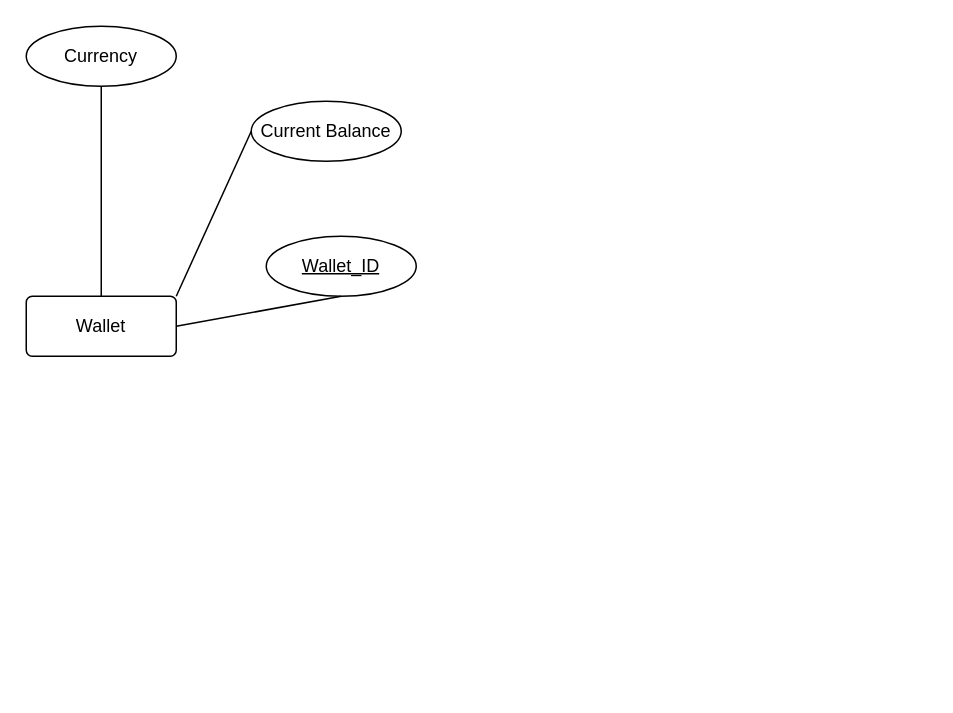
Earlier version of the draw.io diagram Untitled Diagram.drawio (itsfadymate/Customer-Data-Management-System). Source tidied: cells renumbered, new cells numbered last; positions are measured from the earlier drawing's top-left corner, leaving out a move shared by most shapes. Both pictures are drawn from the tidied source at 150%, with x=0, y=0 at pixel (26, 26).
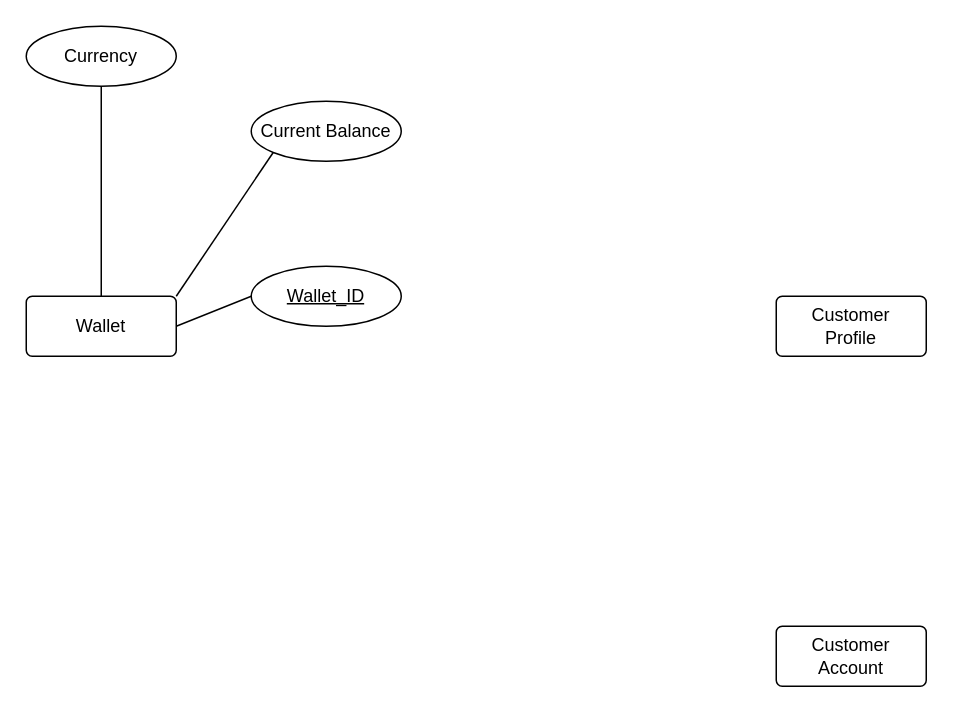
After the change.

Commit message:
Added entity for customer profile & account

The edit, as a diff of the source:
```diff
@@
 <mxGraphModel>
   <root>
     <mxCell id="0" />
     <mxCell id="1" parent="0" />
     <mxCell id="2" style="edgeStyle=orthogonalEdgeStyle;rounded=0;jettySize=auto;html=1;strokeColor=none;endArrow=none;" parent="1" edge="1" source="3" target="6">
       <mxGeometry relative="1" as="geometry" />
     </mxCell>
     <mxCell id="3" value="Wallet" style="rounded=1;arcSize=10;whiteSpace=wrap;html=1;align=center;" parent="1" vertex="1">
       <mxGeometry y="180" width="100" height="40" as="geometry" />
     </mxCell>
     <mxCell id="4" value="Currency" style="ellipse;whiteSpace=wrap;html=1;align=center;" parent="1" vertex="1">
       <mxGeometry width="100" height="40" as="geometry" />
     </mxCell>
     <mxCell id="5" value="Current Balance" style="ellipse;whiteSpace=wrap;html=1;align=center;" parent="1" vertex="1">
       <mxGeometry x="150" y="50" width="100" height="40" as="geometry" />
     </mxCell>
     <mxCell id="6" value="Wallet_ID" style="ellipse;whiteSpace=wrap;html=1;align=center;fontStyle=4;" parent="1" vertex="1">
-      <mxGeometry x="160" y="140" width="100" height="40" as="geometry" />
+      <mxGeometry x="150" y="160" width="100" height="40" as="geometry" />
     </mxCell>
     <mxCell id="7" style="endArrow=none;html=1;rounded=0;exitX=0.5;exitY=0;exitDx=0;exitDy=0;entryX=0.5;entryY=1;entryDx=0;entryDy=0;" parent="1" edge="1" source="3" target="4">
       <mxGeometry relative="1" as="geometry" />
     </mxCell>
-    <mxCell id="8" style="endArrow=none;html=1;rounded=0;exitX=1;exitY=0;exitDx=0;exitDy=0;entryX=0;entryY=0.5;entryDx=0;entryDy=0;" parent="1" edge="1" source="3" target="5">
+    <mxCell id="8" style="endArrow=none;html=1;rounded=0;exitX=1;exitY=0;exitDx=0;exitDy=0;entryX=0;entryY=1;entryDx=0;entryDy=0;" parent="1" edge="1" source="3" target="5">
       <mxGeometry relative="1" as="geometry" />
     </mxCell>
-    <mxCell id="9" style="endArrow=none;html=1;rounded=0;entryX=0.5;entryY=1;entryDx=0;entryDy=0;exitX=1;exitY=0.5;exitDx=0;exitDy=0;exitPerimeter=0;" parent="1" edge="1" source="3" target="6">
+    <mxCell id="9" style="endArrow=none;html=1;rounded=0;entryX=0;entryY=0.5;entryDx=0;entryDy=0;exitX=1;exitY=0.5;exitDx=0;exitDy=0;exitPerimeter=0;" parent="1" edge="1" source="3" target="6">
       <mxGeometry relative="1" as="geometry" />
     </mxCell>
+    <mxCell id="10" value="Customer&lt;div&gt;Prof&lt;span style=&quot;background-color: initial;&quot;&gt;ile&lt;/span&gt;&lt;/div&gt;" style="rounded=1;arcSize=10;whiteSpace=wrap;html=1;align=center;" parent="1" vertex="1">
+      <mxGeometry x="500" y="180" width="100" height="40" as="geometry" />
+    </mxCell>
+    <mxCell id="11" value="Customer Account" style="rounded=1;arcSize=10;whiteSpace=wrap;html=1;align=center;" parent="1" vertex="1">
+      <mxGeometry x="500" y="400" width="100" height="40" as="geometry" />
+    </mxCell>
   </root>
 </mxGraphModel>
```
